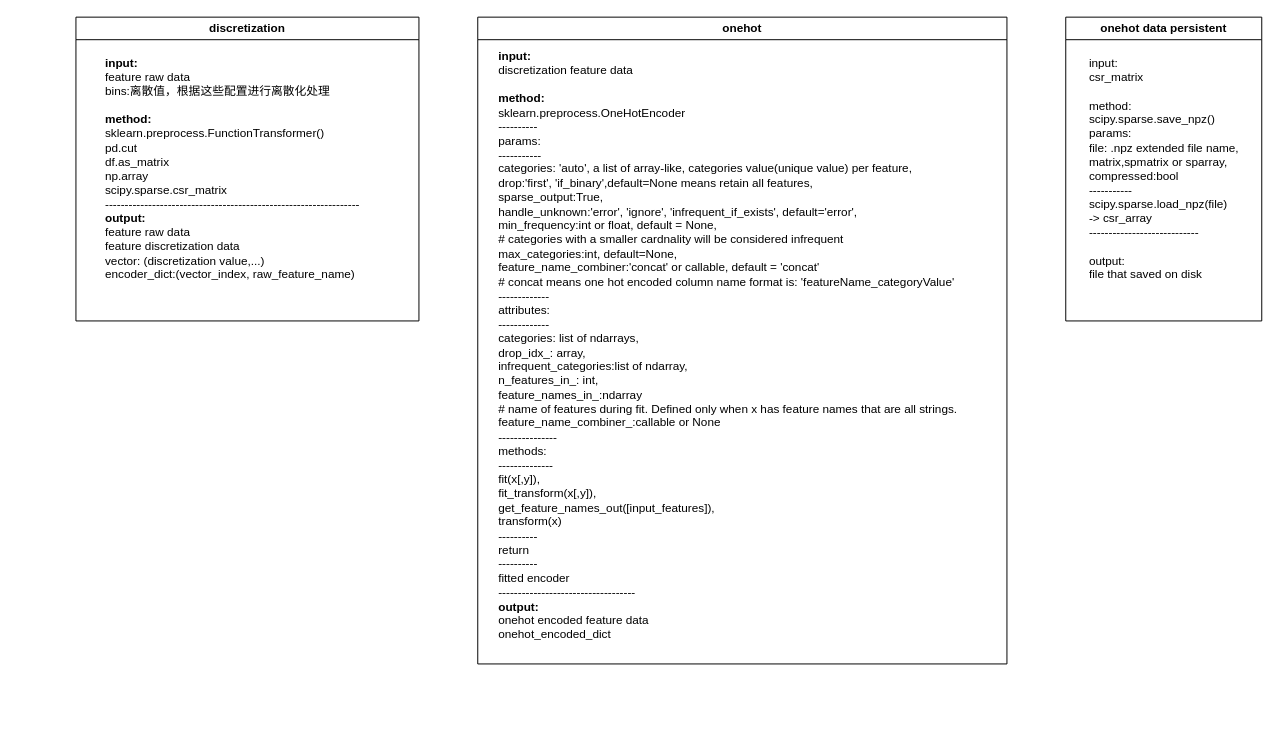
This is encoders/give_me_some_credit/encoder.drawio from dawangbaixiaofu/credit, a draw.io file, before an edit. Source tidied: cells renumbered, new cells numbered last; positions are measured from the earlier drawing's top-left corner, leaving out a move shared by most shapes. Both pictures are drawn from the tidied source at 98%, with x=0, y=0 at pixel (75, 17).
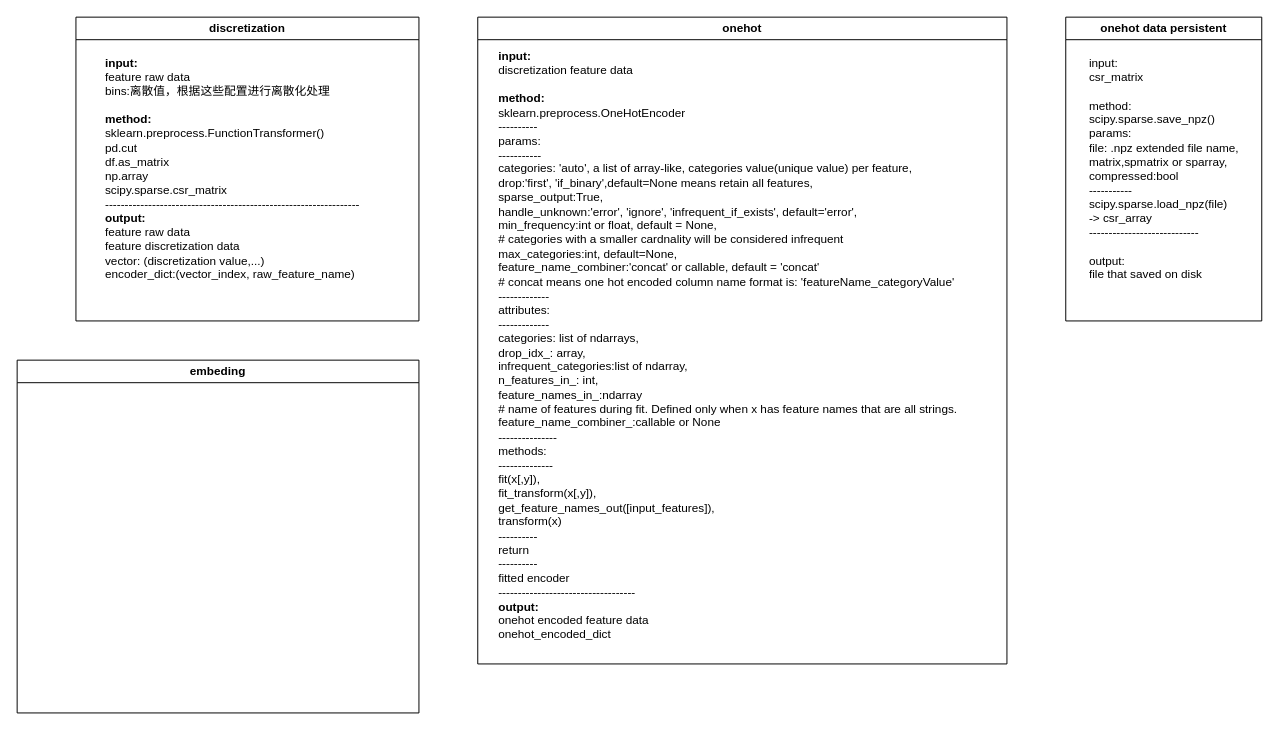
After the change.

The edit, as a diff of the source:
```diff
@@
 <mxGraphModel>
   <root>
     <mxCell id="0" />
     <mxCell id="1" parent="0" />
     <mxCell id="2" value="discretization" style="swimlane;whiteSpace=wrap;html=1;" parent="1" vertex="1">
       <mxGeometry width="350" height="310" as="geometry" />
     </mxCell>
     <mxCell id="3" value="&lt;div style=&quot;text-align: justify;&quot;&gt;&lt;b&gt;input:&amp;nbsp;&lt;/b&gt;&lt;/div&gt;&lt;div style=&quot;text-align: justify;&quot;&gt;feature raw data&lt;/div&gt;&lt;div style=&quot;text-align: justify;&quot;&gt;bins:离散值，根据这些配置进行离散化处理&lt;/div&gt;&lt;div style=&quot;text-align: justify;&quot;&gt;&lt;br&gt;&lt;/div&gt;&lt;div style=&quot;text-align: justify;&quot;&gt;&lt;b&gt;method:&lt;/b&gt;&lt;/div&gt;&lt;div style=&quot;text-align: justify;&quot;&gt;sklearn.preprocess.FunctionTransformer()&lt;/div&gt;&lt;div style=&quot;text-align: justify;&quot;&gt;pd.cut&lt;/div&gt;&lt;div style=&quot;text-align: justify;&quot;&gt;df.as_matrix&lt;/div&gt;&lt;div style=&quot;text-align: justify;&quot;&gt;np.array&lt;/div&gt;&lt;div style=&quot;text-align: justify;&quot;&gt;scipy.sparse.csr_matrix&lt;/div&gt;&lt;div style=&quot;text-align: justify;&quot;&gt;-----------------------------------------------------------------&lt;/div&gt;&lt;div style=&quot;text-align: justify;&quot;&gt;&lt;b&gt;output:&lt;/b&gt;&lt;/div&gt;&lt;div style=&quot;text-align: justify;&quot;&gt;feature raw data&lt;/div&gt;&lt;div style=&quot;text-align: justify;&quot;&gt;feature discretization data&lt;/div&gt;&lt;div style=&quot;text-align: justify;&quot;&gt;vector: (discretization value,...)&lt;/div&gt;&lt;div style=&quot;text-align: justify;&quot;&gt;encoder_dict:(vector_index, raw_feature_name)&lt;/div&gt;" style="text;html=1;strokeColor=none;fillColor=none;align=center;verticalAlign=middle;whiteSpace=wrap;rounded=0;" parent="2" vertex="1">
       <mxGeometry x="20" y="35" width="280" height="240" as="geometry" />
     </mxCell>
     <mxCell id="4" value="onehot" style="swimlane;whiteSpace=wrap;html=1;" parent="1" vertex="1">
       <mxGeometry x="410" width="540" height="660" as="geometry" />
     </mxCell>
     <mxCell id="5" value="&lt;div style=&quot;text-align: justify;&quot;&gt;&lt;span style=&quot;background-color: initial;&quot;&gt;&lt;b&gt;input:&lt;/b&gt;&lt;/span&gt;&lt;/div&gt;&lt;div style=&quot;text-align: justify;&quot;&gt;&lt;span style=&quot;background-color: initial;&quot;&gt;discretization feature data&amp;nbsp;&lt;/span&gt;&lt;/div&gt;&lt;div style=&quot;text-align: justify;&quot;&gt;&lt;br&gt;&lt;/div&gt;&lt;div style=&quot;text-align: justify;&quot;&gt;&lt;span style=&quot;background-color: initial;&quot;&gt;&lt;b&gt;method:&lt;/b&gt;&lt;/span&gt;&lt;/div&gt;&lt;div style=&quot;text-align: justify;&quot;&gt;&lt;span style=&quot;background-color: initial;&quot;&gt;sklearn.preprocess.OneHotEncoder&lt;/span&gt;&lt;/div&gt;&lt;div style=&quot;text-align: justify;&quot;&gt;&lt;span style=&quot;background-color: initial;&quot;&gt;----------&lt;/span&gt;&lt;/div&gt;&lt;div style=&quot;text-align: justify;&quot;&gt;params:&lt;/div&gt;&lt;div style=&quot;text-align: justify;&quot;&gt;-----------&lt;/div&gt;&lt;div style=&quot;text-align: justify;&quot;&gt;categories: 'auto', a list of array-like, categories value(unique value) per feature,&lt;/div&gt;&lt;div style=&quot;text-align: justify;&quot;&gt;drop:'first', 'if_binary',default=None means retain all features,&lt;/div&gt;&lt;div style=&quot;text-align: justify;&quot;&gt;sparse_output:True,&lt;/div&gt;&lt;div style=&quot;text-align: justify;&quot;&gt;handle_unknown:'error', 'ignore', 'infrequent_if_exists', default='error',&lt;/div&gt;&lt;div style=&quot;text-align: justify;&quot;&gt;min_frequency:int or float, default = None,&lt;/div&gt;&lt;div style=&quot;text-align: justify;&quot;&gt;# categories with a smaller cardnality will be considered infrequent&lt;/div&gt;&lt;div style=&quot;text-align: justify;&quot;&gt;max_categories:int, default=None,&lt;/div&gt;&lt;div style=&quot;text-align: justify;&quot;&gt;feature_name_combiner:'concat' or callable, default = 'concat'&lt;/div&gt;&lt;div style=&quot;text-align: justify;&quot;&gt;# concat means one hot encoded column name format is: 'featureName_categoryValue'&lt;/div&gt;&lt;div style=&quot;text-align: justify;&quot;&gt;-------------&lt;/div&gt;&lt;div style=&quot;text-align: justify;&quot;&gt;attributes:&lt;/div&gt;&lt;div style=&quot;text-align: justify;&quot;&gt;-------------&lt;/div&gt;&lt;div style=&quot;text-align: justify;&quot;&gt;categories: list of ndarrays,&lt;/div&gt;&lt;div style=&quot;text-align: justify;&quot;&gt;drop_idx_: array,&lt;/div&gt;&lt;div style=&quot;text-align: justify;&quot;&gt;infrequent_categories:list of ndarray,&lt;/div&gt;&lt;div style=&quot;text-align: justify;&quot;&gt;n_features_in_: int,&amp;nbsp;&lt;/div&gt;&lt;div style=&quot;text-align: justify;&quot;&gt;feature_names_in_:ndarray&lt;/div&gt;&lt;div style=&quot;text-align: justify;&quot;&gt;# name of features during fit. Defined only when x has feature names that are all strings.&lt;/div&gt;&lt;div style=&quot;text-align: justify;&quot;&gt;feature_name_combiner_:callable or None&lt;/div&gt;&lt;div style=&quot;text-align: justify;&quot;&gt;---------------&lt;/div&gt;&lt;div style=&quot;text-align: justify;&quot;&gt;methods:&lt;/div&gt;&lt;div style=&quot;text-align: justify;&quot;&gt;--------------&lt;/div&gt;&lt;div style=&quot;text-align: justify;&quot;&gt;fit(x[,y]),&lt;/div&gt;&lt;div style=&quot;text-align: justify;&quot;&gt;fit_transform(x[,y]),&lt;/div&gt;&lt;div style=&quot;text-align: justify;&quot;&gt;get_feature_names_out([input_features]),&lt;/div&gt;&lt;div style=&quot;text-align: justify;&quot;&gt;transform(x)&lt;/div&gt;&lt;div style=&quot;text-align: justify;&quot;&gt;----------&lt;/div&gt;&lt;div style=&quot;text-align: justify;&quot;&gt;return&lt;/div&gt;&lt;div style=&quot;text-align: justify;&quot;&gt;----------&lt;/div&gt;&lt;div style=&quot;text-align: justify;&quot;&gt;fitted encoder&lt;/div&gt;&lt;div style=&quot;text-align: justify;&quot;&gt;-----------------------------------&lt;/div&gt;&lt;div style=&quot;text-align: justify;&quot;&gt;&lt;b&gt;output:&lt;/b&gt;&lt;/div&gt;&lt;div style=&quot;text-align: justify;&quot;&gt;onehot encoded feature data&amp;nbsp;&lt;/div&gt;&lt;div style=&quot;text-align: justify;&quot;&gt;onehot_encoded_dict&lt;/div&gt;" style="text;html=1;align=center;verticalAlign=middle;strokeColor=none;fillColor=none;" parent="4" vertex="1">
       <mxGeometry x="10" y="25" width="490" height="620" as="geometry" />
     </mxCell>
     <mxCell id="6" value="onehot data persistent" style="swimlane;whiteSpace=wrap;html=1;" parent="1" vertex="1">
       <mxGeometry x="1010" width="200" height="310" as="geometry" />
     </mxCell>
     <mxCell id="7" value="&lt;div style=&quot;text-align: justify;&quot;&gt;&lt;span style=&quot;background-color: initial;&quot;&gt;input:&lt;/span&gt;&lt;/div&gt;&lt;div style=&quot;text-align: justify;&quot;&gt;&lt;span style=&quot;background-color: initial;&quot;&gt;csr_matrix&lt;/span&gt;&lt;/div&gt;&lt;div style=&quot;text-align: justify;&quot;&gt;&lt;span style=&quot;background-color: initial;&quot;&gt;&lt;br&gt;&lt;/span&gt;&lt;/div&gt;&lt;div style=&quot;text-align: justify;&quot;&gt;&lt;span style=&quot;background-color: initial;&quot;&gt;method:&lt;/span&gt;&lt;/div&gt;&lt;div style=&quot;text-align: justify;&quot;&gt;&lt;span style=&quot;background-color: initial;&quot;&gt;scipy.sparse.save_npz()&lt;/span&gt;&lt;/div&gt;&lt;div style=&quot;text-align: justify;&quot;&gt;&lt;span style=&quot;background-color: initial;&quot;&gt;params:&lt;/span&gt;&lt;/div&gt;&lt;div style=&quot;text-align: justify;&quot;&gt;&lt;span style=&quot;background-color: initial;&quot;&gt;file: .npz extended file name,&lt;/span&gt;&lt;/div&gt;&lt;div style=&quot;text-align: justify;&quot;&gt;&lt;span style=&quot;background-color: initial;&quot;&gt;matrix,spmatrix or sparray,&lt;/span&gt;&lt;/div&gt;&lt;div style=&quot;text-align: justify;&quot;&gt;&lt;span style=&quot;background-color: initial;&quot;&gt;compressed:bool&lt;/span&gt;&lt;/div&gt;&lt;div style=&quot;text-align: justify;&quot;&gt;&lt;span style=&quot;background-color: initial;&quot;&gt;-----------&lt;/span&gt;&lt;/div&gt;&lt;div style=&quot;text-align: justify;&quot;&gt;scipy.sparse.load_npz(file)&lt;/div&gt;&lt;div style=&quot;text-align: justify;&quot;&gt;-&amp;gt; csr_array&lt;/div&gt;&lt;div style=&quot;text-align: justify;&quot;&gt;&lt;span style=&quot;background-color: initial;&quot;&gt;----------------------------&lt;/span&gt;&lt;/div&gt;&lt;div style=&quot;text-align: justify;&quot;&gt;&lt;span style=&quot;background-color: initial;&quot;&gt;&lt;br&gt;&lt;/span&gt;&lt;/div&gt;&lt;div style=&quot;text-align: justify;&quot;&gt;&lt;span style=&quot;background-color: initial;&quot;&gt;output:&lt;/span&gt;&lt;/div&gt;&lt;div style=&quot;text-align: justify;&quot;&gt;&lt;span style=&quot;background-color: initial;&quot;&gt;file that saved on disk&lt;/span&gt;&lt;/div&gt;" style="text;html=1;align=center;verticalAlign=middle;strokeColor=none;fillColor=none;" parent="6" vertex="1">
       <mxGeometry x="10" y="35" width="180" height="240" as="geometry" />
     </mxCell>
+    <mxCell id="8" value="embeding" style="swimlane;whiteSpace=wrap;html=1;" parent="1" vertex="1">
+      <mxGeometry x="-60" y="350" width="410" height="360" as="geometry" />
+    </mxCell>
   </root>
 </mxGraphModel>
```
